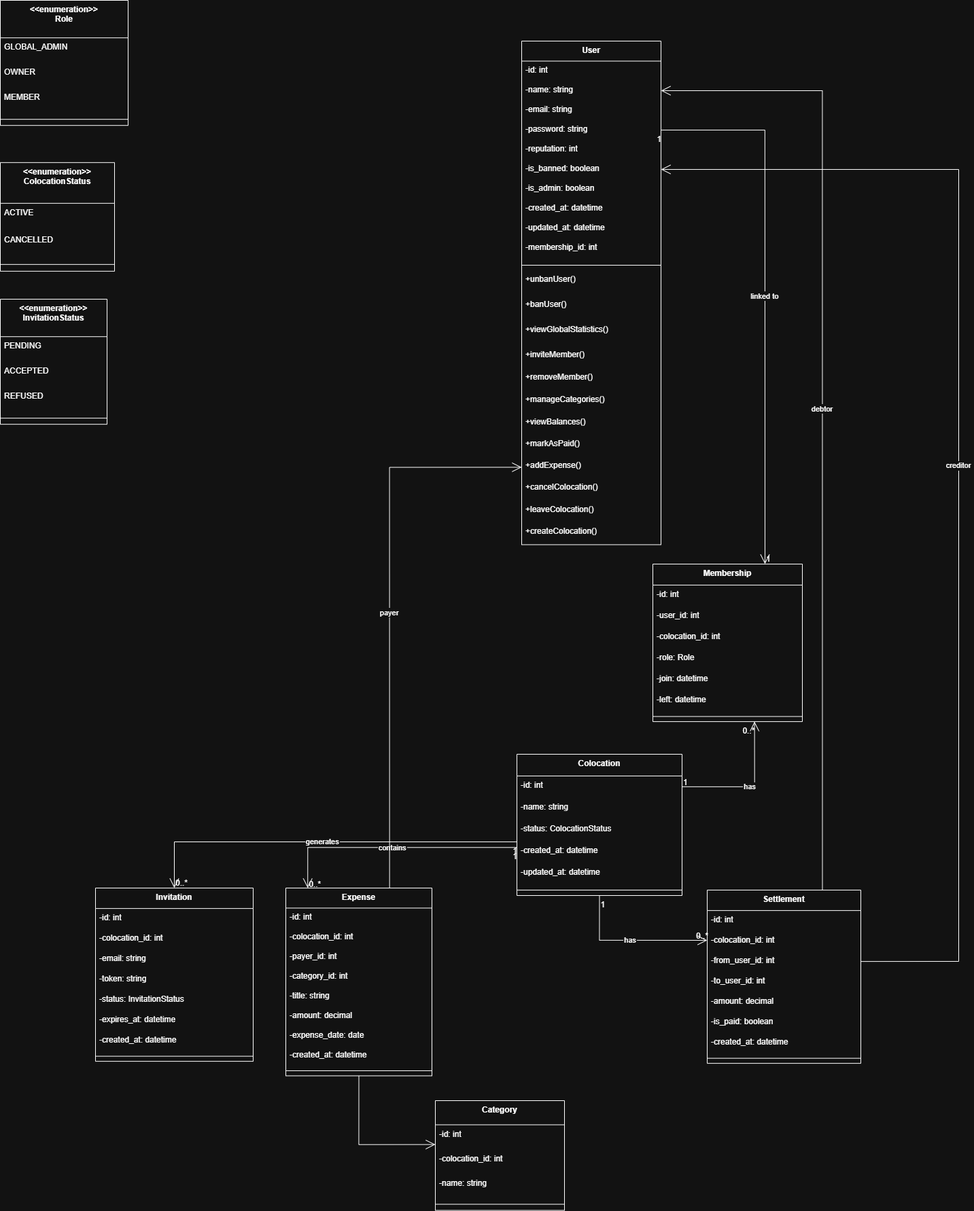
Above: docs/EasyColoc-classDiagram.png in sahhoutiamine/EasyColoc-Colocation-Management-Platform (draw.io), before the change. Source tidied: cells renumbered, new cells last; positions are measured from the earlier drawing's top-left corner, leaving out a move shared by most shapes.
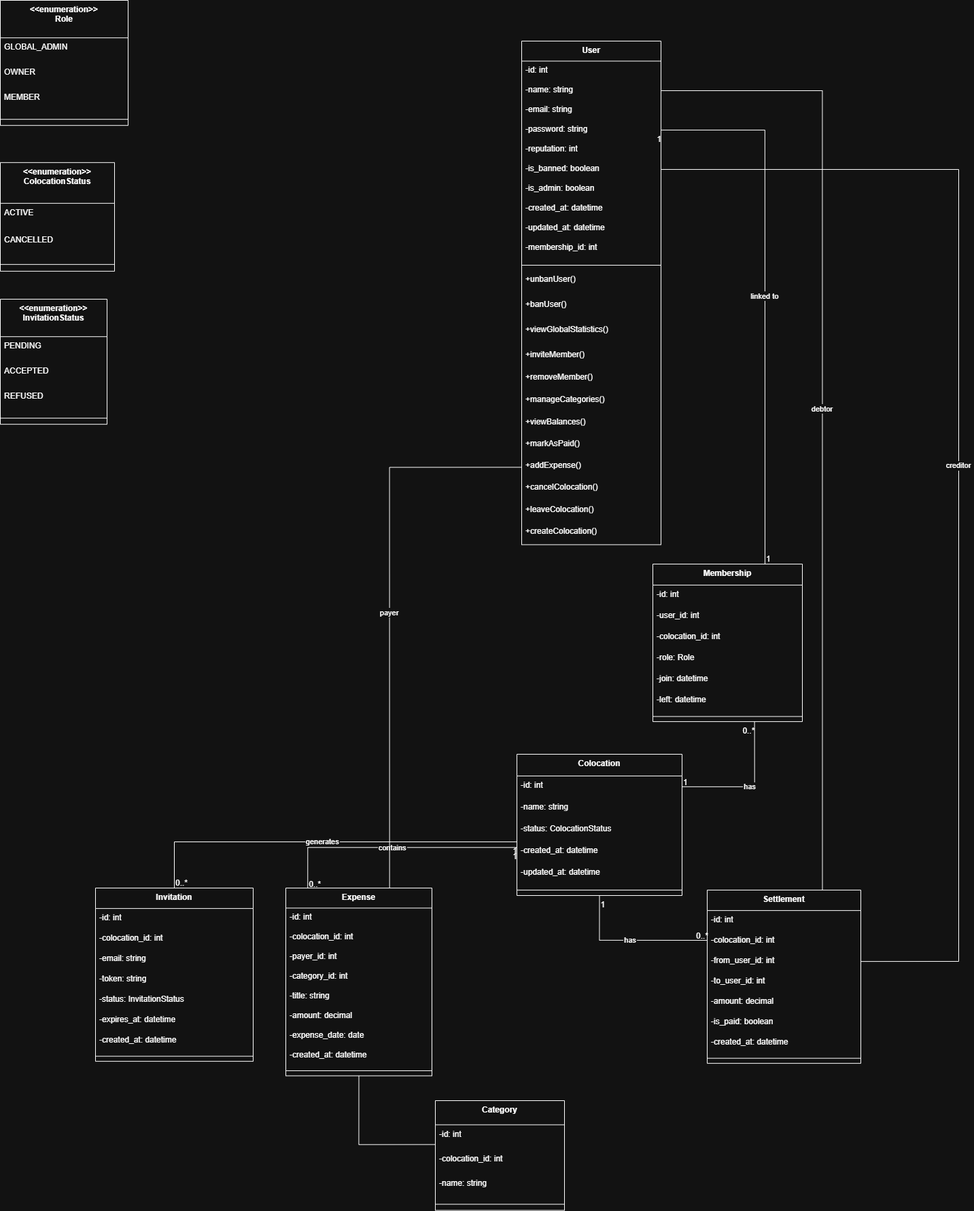
Above is the later version.

Commit message:
Update class diagram documentation with latest architecture

Change to the diagram source:
```diff
@@ -260,7 +260,7 @@
     <mxCell id="87" style="line;strokeWidth=1;fillColor=none;align=left;verticalAlign=middle;spacingTop=-1;spacingLeft=3;spacingRight=3;labelPosition=right;strokeColor=inherit;" parent="79" vertex="1">
       <mxGeometry y="240.1" width="226" height="15" as="geometry" />
     </mxCell>
-    <mxCell id="88" value="has" style="startArrow=none;endArrow=open;endSize=12;exitX=1;exitY=0.23;entryX=0.68;entryY=1;rounded=0;edgeStyle=orthogonalEdgeStyle;" parent="1" edge="1" source="40" target="47">
+    <mxCell id="88" value="has" style="startArrow=none;endArrow=none;endSize=12;exitX=1;exitY=0.23;entryX=0.68;entryY=1;rounded=0;edgeStyle=orthogonalEdgeStyle;endFill=0;" parent="1" edge="1" source="40" target="47">
       <mxGeometry relative="1" as="geometry" />
     </mxCell>
     <mxCell id="89" value="1" style="edgeLabel;labelBackgroundColor=none;fontSize=12;align=left;verticalAlign=bottom;" parent="88" vertex="1">
@@ -269,7 +269,7 @@
     <mxCell id="90" value="0..*" style="edgeLabel;labelBackgroundColor=none;fontSize=12;align=right;verticalAlign=top;" parent="88" vertex="1">
       <mxGeometry x="1" relative="1" as="geometry" />
     </mxCell>
-    <mxCell id="91" value="generates" style="startArrow=none;endArrow=open;endSize=12;exitX=0;exitY=0.62;entryX=0.5;entryY=0;rounded=0;edgeStyle=orthogonalEdgeStyle;" parent="1" edge="1" source="40" target="55">
+    <mxCell id="91" value="generates" style="startArrow=none;endArrow=none;endSize=12;exitX=0;exitY=0.62;entryX=0.5;entryY=0;rounded=0;edgeStyle=orthogonalEdgeStyle;endFill=0;" parent="1" edge="1" source="40" target="55">
       <mxGeometry relative="1" as="geometry" />
     </mxCell>
     <mxCell id="92" value="1" style="edgeLabel;labelBackgroundColor=none;fontSize=12;align=right;verticalAlign=top;" parent="91" vertex="1">
@@ -278,7 +278,7 @@
     <mxCell id="93" value="0..*" style="edgeLabel;labelBackgroundColor=none;fontSize=12;align=left;verticalAlign=bottom;" parent="91" vertex="1">
       <mxGeometry x="1" relative="1" as="geometry" />
     </mxCell>
-    <mxCell id="94" value="contains" style="startArrow=none;endArrow=open;endSize=12;exitX=0;exitY=0.66;entryX=0.15;entryY=0;rounded=0;edgeStyle=orthogonalEdgeStyle;" parent="1" edge="1" source="40" target="64">
+    <mxCell id="94" value="contains" style="startArrow=none;endArrow=none;endSize=12;exitX=0;exitY=0.66;entryX=0.15;entryY=0;rounded=0;edgeStyle=orthogonalEdgeStyle;endFill=0;" parent="1" edge="1" source="40" target="64">
       <mxGeometry relative="1" as="geometry" />
     </mxCell>
     <mxCell id="95" value="1" style="edgeLabel;labelBackgroundColor=none;fontSize=12;align=right;verticalAlign=top;" parent="94" vertex="1">
@@ -287,13 +287,13 @@
     <mxCell id="96" value="0..*" style="edgeLabel;labelBackgroundColor=none;fontSize=12;align=left;verticalAlign=bottom;" parent="94" vertex="1">
       <mxGeometry x="1" relative="1" as="geometry" />
     </mxCell>
-    <mxCell id="97" value="payer" style="startArrow=none;endArrow=open;endSize=12;exitX=0.71;exitY=0;entryX=0;entryY=0.5;rounded=0;edgeStyle=orthogonalEdgeStyle;entryDx=0;entryDy=0;" parent="1" edge="1" source="64" target="36">
+    <mxCell id="97" value="payer" style="startArrow=none;endArrow=none;endSize=12;exitX=0.71;exitY=0;entryX=0;entryY=0.5;rounded=0;edgeStyle=orthogonalEdgeStyle;entryDx=0;entryDy=0;strokeColor=default;endFill=0;" parent="1" edge="1" source="64" target="36">
       <mxGeometry relative="1" as="geometry" />
     </mxCell>
-    <mxCell id="98" style="startArrow=none;endArrow=open;endSize=12;exitX=0.5;exitY=1;entryX=0;entryY=0.4;rounded=0;edgeStyle=orthogonalEdgeStyle;" parent="1" edge="1" source="64" target="74">
+    <mxCell id="98" style="startArrow=none;endArrow=none;endSize=12;exitX=0.5;exitY=1;entryX=0;entryY=0.4;rounded=0;edgeStyle=orthogonalEdgeStyle;endFill=0;" parent="1" edge="1" source="64" target="74">
       <mxGeometry relative="1" as="geometry" />
     </mxCell>
-    <mxCell id="99" value="has" style="startArrow=none;endArrow=open;endSize=12;exitX=0.5;exitY=1;entryX=0;entryY=0.29;rounded=0;edgeStyle=orthogonalEdgeStyle;" parent="1" edge="1" source="40" target="79">
+    <mxCell id="99" value="has" style="startArrow=none;endArrow=none;endSize=12;exitX=0.5;exitY=1;entryX=0;entryY=0.29;rounded=0;edgeStyle=orthogonalEdgeStyle;endFill=0;" parent="1" edge="1" source="40" target="79">
       <mxGeometry relative="1" as="geometry" />
     </mxCell>
     <mxCell id="100" value="1" style="edgeLabel;labelBackgroundColor=none;fontSize=12;align=left;verticalAlign=top;" parent="99" vertex="1">
@@ -302,7 +302,7 @@
     <mxCell id="101" value="0..*" style="edgeLabel;labelBackgroundColor=none;fontSize=12;align=right;verticalAlign=bottom;" parent="99" vertex="1">
       <mxGeometry x="1" relative="1" as="geometry" />
     </mxCell>
-    <mxCell id="102" value="linked to" style="startArrow=none;endArrow=open;endSize=12;exitX=1;exitY=0.5;entryX=0.75;entryY=0;rounded=0;entryDx=0;entryDy=0;exitDx=0;exitDy=0;edgeStyle=orthogonalEdgeStyle;" parent="1" edge="1" source="20" target="47">
+    <mxCell id="102" value="linked to" style="startArrow=none;endArrow=none;endSize=12;exitX=1;exitY=0.5;entryX=0.75;entryY=0;rounded=0;entryDx=0;entryDy=0;exitDx=0;exitDy=0;edgeStyle=orthogonalEdgeStyle;endFill=0;" parent="1" edge="1" source="20" target="47">
       <mxGeometry relative="1" as="geometry" />
     </mxCell>
     <mxCell id="103" value="1" style="edgeLabel;labelBackgroundColor=none;fontSize=12;align=right;verticalAlign=top;" parent="102" vertex="1">
@@ -311,10 +311,10 @@
     <mxCell id="104" value="1" style="edgeLabel;labelBackgroundColor=none;fontSize=12;align=left;verticalAlign=bottom;" parent="102" vertex="1">
       <mxGeometry x="1" relative="1" as="geometry" />
     </mxCell>
-    <mxCell id="105" value="debtor" style="startArrow=none;endArrow=open;endSize=12;exitX=0.75;exitY=0;entryX=1;entryY=0.5;rounded=0;edgeStyle=orthogonalEdgeStyle;entryDx=0;entryDy=0;exitDx=0;exitDy=0;" parent="1" edge="1" source="79" target="18">
+    <mxCell id="105" value="debtor" style="startArrow=none;endArrow=none;endSize=12;exitX=0.75;exitY=0;entryX=1;entryY=0.5;rounded=0;edgeStyle=orthogonalEdgeStyle;entryDx=0;entryDy=0;exitDx=0;exitDy=0;endFill=0;" parent="1" edge="1" source="79" target="18">
       <mxGeometry relative="1" as="geometry" />
     </mxCell>
-    <mxCell id="106" value="creditor" style="startArrow=none;endArrow=open;endSize=12;exitX=1;exitY=0.5;entryX=1;entryY=0.5;rounded=0;edgeStyle=orthogonalEdgeStyle;entryDx=0;entryDy=0;exitDx=0;exitDy=0;" parent="1" edge="1" source="82" target="22">
+    <mxCell id="106" value="creditor" style="startArrow=none;endArrow=none;endSize=12;exitX=1;exitY=0.5;entryX=1;entryY=0.5;rounded=0;edgeStyle=orthogonalEdgeStyle;entryDx=0;entryDy=0;exitDx=0;exitDy=0;endFill=0;" parent="1" edge="1" source="82" target="22">
       <mxGeometry relative="1" as="geometry">
         <Array as="points">
           <mxPoint x="1410" y="1415" />
```
